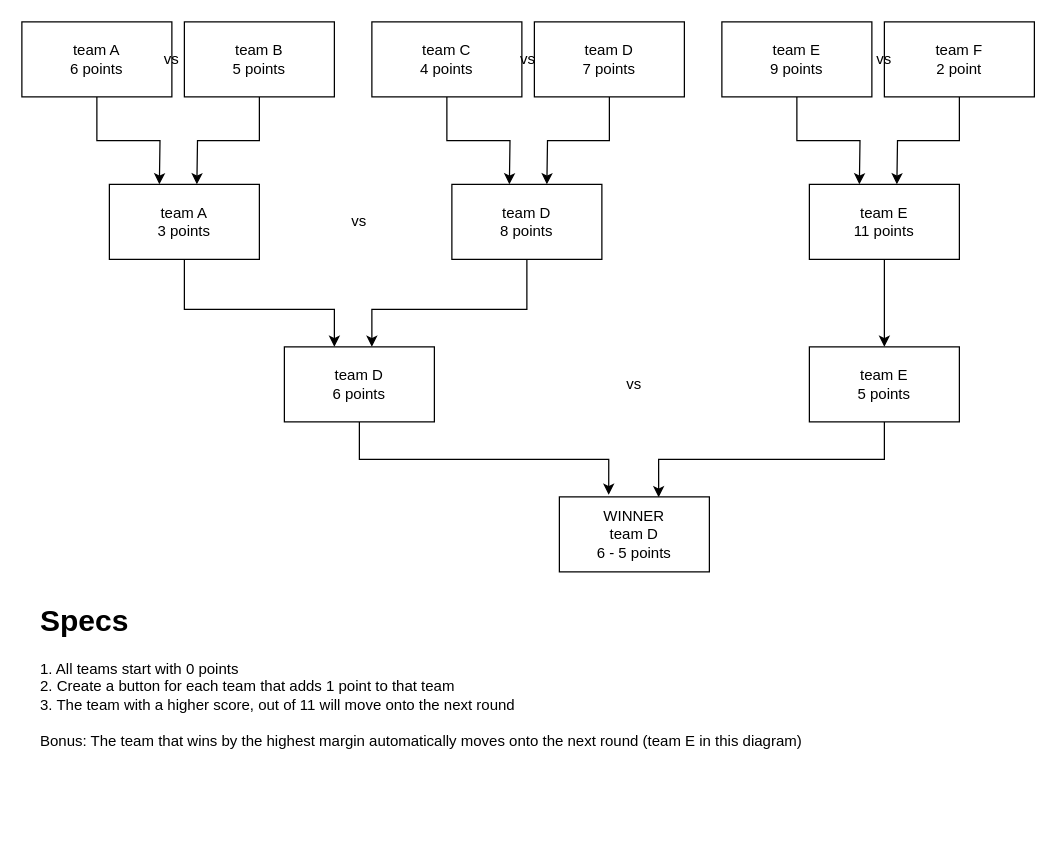
Earlier version of the draw.io diagram src/practice/tournament.dio (robghchen/tracking-system). Source tidied: cells renumbered, new cells numbered last; positions are measured from the earlier drawing's top-left corner, leaving out a move shared by most shapes. Both pictures are drawn from the tidied source at 125%, with x=0, y=0 at pixel (21, 21).
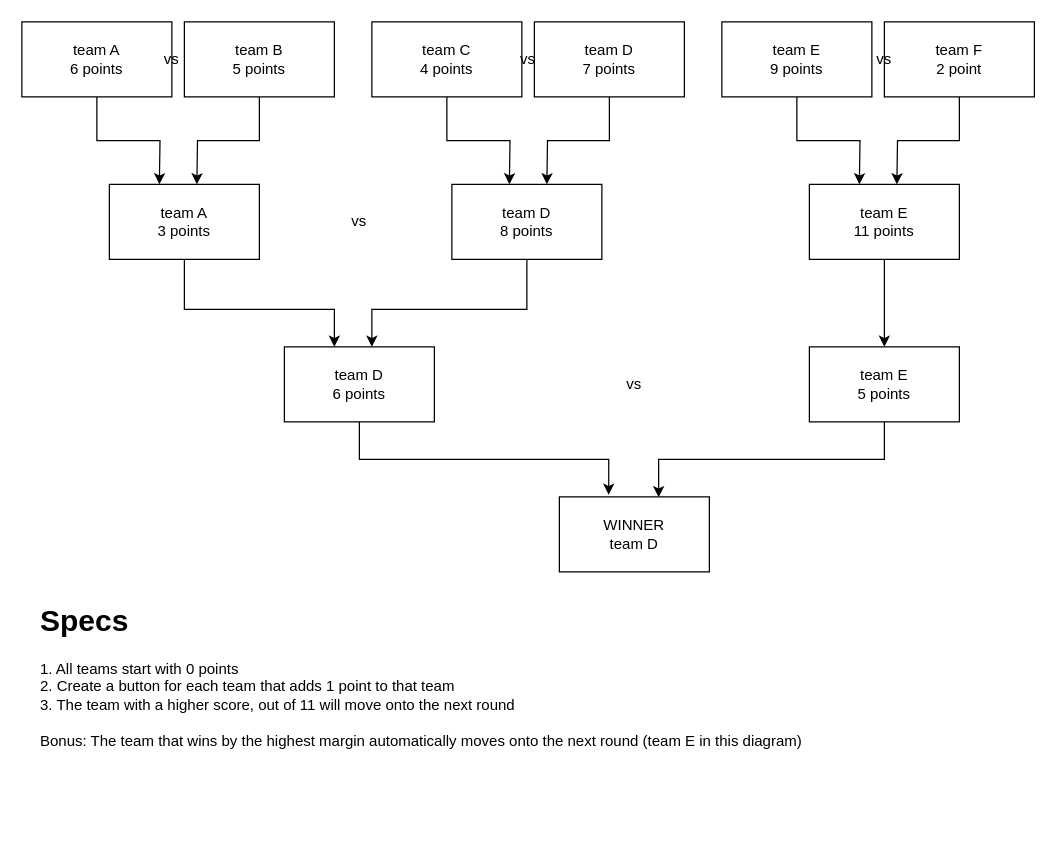
Above is the later version.

The edit, as a diff of the source:
```diff
@@
-    <mxCell id="24" value="WINNER&lt;br&gt;team D&lt;br&gt;6 - 5 points" style="rounded=0;whiteSpace=wrap;html=1;" parent="1" vertex="1">
+    <mxCell id="24" value="WINNER&lt;br&gt;team D" style="rounded=0;whiteSpace=wrap;html=1;" parent="1" vertex="1">
       <mxGeometry x="430" y="380" width="120" height="60" as="geometry" />
     </mxCell>
```
